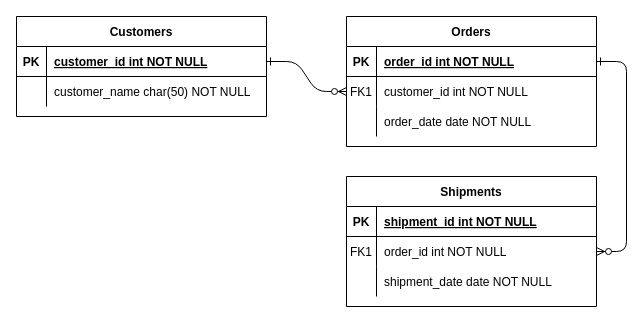
Above: 名称未設定ファイル.drawio in satoru817/git_challenge (draw.io), before the change. Source tidied: cells renumbered, new cells numbered last; positions are measured from the earlier drawing's top-left corner, leaving out a move shared by most shapes. Both pictures are drawn from the tidied source at 100%, with x=0, y=0 at pixel (16, 16).
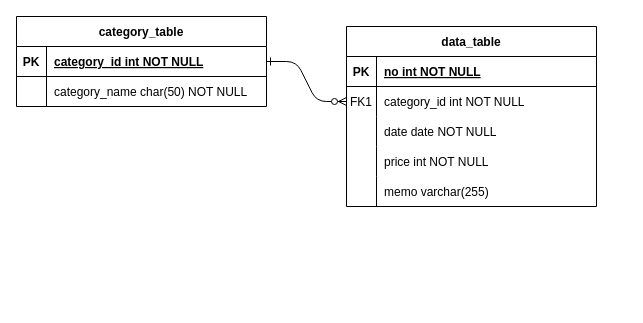
After the change.

Commit message:
名称未設定ファイル.drawio を更新します

Unchanged cells that the change refers to:
```xml
<mxCell id="5" style="shape=partialRectangle;fillColor=none;points=[[0,0.5],[1,0.5]];portConstraint=eastwest;top=0;left=0;right=0;bottom=1;" parent="4" vertex="1">
  <mxGeometry y="30" width="250" height="30" as="geometry" />
</mxCell>
<mxCell id="8" style="shape=partialRectangle;fillColor=none;points=[[0,0.5],[1,0.5]];portConstraint=eastwest;top=0;left=0;right=0;bottom=0;" parent="4" vertex="1">
  <mxGeometry y="60" width="250" height="30" as="geometry" />
</mxCell>
<mxCell id="11" style="shape=partialRectangle;fillColor=none;top=0;left=0;right=0;bottom=0;" parent="4" vertex="1">
  <mxGeometry y="90" width="250" height="30" as="geometry" />
</mxCell>
<mxCell id="25" style="shape=partialRectangle;fillColor=none;points=[[0,0.5],[1,0.5]];portConstraint=eastwest;top=0;left=0;right=0;bottom=1;" parent="24" vertex="1">
  <mxGeometry y="30" width="250" height="30" as="geometry" />
</mxCell>
<mxCell id="28" style="shape=partialRectangle;fillColor=none;top=0;left=0;right=0;bottom=0;" parent="24" vertex="1">
  <mxGeometry y="60" width="250" height="30" as="geometry" />
</mxCell>
```

What changed in the source:
```diff
@@
-    <mxCell id="3" style="edgeStyle=entityRelationEdgeStyle;endArrow=ERzeroToMany;startArrow=ERone;endFill=1;startFill=0;" parent="1" edge="1" source="5" target="18">
-      <mxGeometry relative="1" as="geometry" />
-    </mxCell>
-    <mxCell id="4" value="Orders" style="shape=table;startSize=30;childLayout=tableLayout;rowLines=0;fontStyle=1;align=center;" parent="1" vertex="1">
-      <mxGeometry x="330" width="250" height="130" as="geometry" />
+    <mxCell id="4" value="data_table" style="shape=table;startSize=30;childLayout=tableLayout;rowLines=0;fontStyle=1;align=center;" parent="1" vertex="1">
+      <mxGeometry x="330" y="10" width="250" height="180" as="geometry" />
     </mxCell>
@@
-    <mxCell id="7" value="order_id int NOT NULL " style="shape=partialRectangle;overflow=hidden;fillColor=none;top=0;left=0;bottom=0;right=0;align=left;spacingLeft=6;fontStyle=5;" parent="5" vertex="1">
+    <mxCell id="7" value="no int NOT NULL " style="shape=partialRectangle;overflow=hidden;fillColor=none;top=0;left=0;bottom=0;right=0;align=left;spacingLeft=6;fontStyle=5;" parent="5" vertex="1">
       <mxGeometry x="30" width="220" height="30" as="geometry" />
     </mxCell>
@@
-    <mxCell id="10" value="customer_id int NOT NULL" style="shape=partialRectangle;overflow=hidden;fillColor=none;top=0;left=0;bottom=0;right=0;align=left;spacingLeft=6;" parent="8" vertex="1">
+    <mxCell id="10" value="category_id int NOT NULL" style="shape=partialRectangle;overflow=hidden;fillColor=none;top=0;left=0;bottom=0;right=0;align=left;spacingLeft=6;" parent="8" vertex="1">
       <mxGeometry x="30" width="220" height="30" as="geometry" />
     </mxCell>
@@
-    <mxCell id="13" value="order_date date NOT NULL" style="shape=partialRectangle;overflow=hidden;fillColor=none;top=0;left=0;bottom=0;right=0;align=left;spacingLeft=6;" parent="11" vertex="1">
+    <mxCell id="13" value="date date NOT NULL" style="shape=partialRectangle;overflow=hidden;fillColor=none;top=0;left=0;bottom=0;right=0;align=left;spacingLeft=6;" parent="11" vertex="1">
       <mxGeometry x="30" width="220" height="30" as="geometry" />
     </mxCell>
-    <mxCell id="14" value="Shipments" style="shape=table;startSize=30;childLayout=tableLayout;rowLines=0;fontStyle=1;align=center;" parent="1" vertex="1">
-      <mxGeometry x="330" y="160" width="250" height="130" as="geometry" />
-    </mxCell>
-    <mxCell id="15" style="shape=partialRectangle;fillColor=none;top=0;left=0;right=0;bottom=1;" parent="14" vertex="1">
-      <mxGeometry y="30" width="250" height="30" as="geometry" />
-    </mxCell>
-    <mxCell id="16" value="PK" style="shape=partialRectangle;overflow=hidden;fillColor=none;top=0;left=0;bottom=0;right=0;fontStyle=1;" parent="15" vertex="1">
-      <mxGeometry width="30" height="30" as="geometry" />
-    </mxCell>
-    <mxCell id="17" value="shipment_id int NOT NULL " style="shape=partialRectangle;overflow=hidden;fillColor=none;top=0;left=0;bottom=0;right=0;align=left;spacingLeft=6;fontStyle=5;" parent="15" vertex="1">
-      <mxGeometry x="30" width="220" height="30" as="geometry" />
-    </mxCell>
-    <mxCell id="18" style="shape=partialRectangle;fillColor=none;points=[[0,0.5],[1,0.5]];portConstraint=eastwest;top=0;left=0;right=0;bottom=0;" parent="14" vertex="1">
-      <mxGeometry y="60" width="250" height="30" as="geometry" />
-    </mxCell>
-    <mxCell id="19" value="FK1" style="shape=partialRectangle;overflow=hidden;fillColor=none;top=0;left=0;bottom=0;right=0;" parent="18" vertex="1">
-      <mxGeometry width="30" height="30" as="geometry" />
-    </mxCell>
-    <mxCell id="20" value="order_id int NOT NULL" style="shape=partialRectangle;overflow=hidden;fillColor=none;top=0;left=0;bottom=0;right=0;align=left;spacingLeft=6;" parent="18" vertex="1">
-      <mxGeometry x="30" width="220" height="30" as="geometry" />
-    </mxCell>
-    <mxCell id="21" style="shape=partialRectangle;fillColor=none;top=0;left=0;right=0;bottom=0;" parent="14" vertex="1">
-      <mxGeometry y="90" width="250" height="30" as="geometry" />
-    </mxCell>
-    <mxCell id="22" style="shape=partialRectangle;overflow=hidden;fillColor=none;top=0;left=0;bottom=0;right=0;" parent="21" vertex="1">
-      <mxGeometry width="30" height="30" as="geometry" />
-    </mxCell>
-    <mxCell id="23" value="shipment_date date NOT NULL" style="shape=partialRectangle;overflow=hidden;fillColor=none;top=0;left=0;bottom=0;right=0;align=left;spacingLeft=6;" parent="21" vertex="1">
-      <mxGeometry x="30" width="220" height="30" as="geometry" />
-    </mxCell>
+    <mxCell id="31" style="shape=partialRectangle;fillColor=none;top=0;left=0;right=0;bottom=0;" parent="4" vertex="1">
+      <mxGeometry y="120" width="250" height="30" as="geometry" />
+    </mxCell>
+    <mxCell id="32" style="shape=partialRectangle;overflow=hidden;fillColor=none;top=0;left=0;bottom=0;right=0;" parent="31" vertex="1">
+      <mxGeometry width="30" height="30" as="geometry" />
+    </mxCell>
+    <mxCell id="33" value="price int NOT NULL" style="shape=partialRectangle;overflow=hidden;fillColor=none;top=0;left=0;bottom=0;right=0;align=left;spacingLeft=6;" parent="31" vertex="1">
+      <mxGeometry x="30" width="220" height="30" as="geometry" />
+    </mxCell>
+    <mxCell id="34" style="shape=partialRectangle;fillColor=none;top=0;left=0;right=0;bottom=0;" parent="4" vertex="1">
+      <mxGeometry y="150" width="250" height="30" as="geometry" />
+    </mxCell>
+    <mxCell id="35" style="shape=partialRectangle;overflow=hidden;fillColor=none;top=0;left=0;bottom=0;right=0;" parent="34" vertex="1">
+      <mxGeometry width="30" height="30" as="geometry" />
+    </mxCell>
+    <mxCell id="36" value="memo varchar(255)" style="shape=partialRectangle;overflow=hidden;fillColor=none;top=0;left=0;bottom=0;right=0;align=left;spacingLeft=6;" parent="34" vertex="1">
+      <mxGeometry x="30" width="220" height="30" as="geometry" />
+    </mxCell>
-    <mxCell id="24" value="Customers" style="shape=table;startSize=30;childLayout=tableLayout;rowLines=0;fontStyle=1;align=center;" parent="1" vertex="1">
-      <mxGeometry width="250" height="100" as="geometry" />
+    <mxCell id="24" value="category_table" style="shape=table;startSize=30;childLayout=tableLayout;rowLines=0;fontStyle=1;align=center;" parent="1" vertex="1">
+      <mxGeometry width="250" height="90" as="geometry" />
     </mxCell>
@@
-    <mxCell id="27" value="customer_id int NOT NULL " style="shape=partialRectangle;overflow=hidden;fillColor=none;top=0;left=0;bottom=0;right=0;align=left;spacingLeft=6;fontStyle=5;" parent="25" vertex="1">
+    <mxCell id="27" value="category_id int NOT NULL " style="shape=partialRectangle;overflow=hidden;fillColor=none;top=0;left=0;bottom=0;right=0;align=left;spacingLeft=6;fontStyle=5;" parent="25" vertex="1">
       <mxGeometry x="30" width="220" height="30" as="geometry" />
     </mxCell>
@@
-    <mxCell id="30" value="customer_name char(50) NOT NULL" style="shape=partialRectangle;overflow=hidden;fillColor=none;top=0;left=0;bottom=0;right=0;align=left;spacingLeft=6;" parent="28" vertex="1">
+    <mxCell id="30" value="category_name char(50) NOT NULL" style="shape=partialRectangle;overflow=hidden;fillColor=none;top=0;left=0;bottom=0;right=0;align=left;spacingLeft=6;" parent="28" vertex="1">
       <mxGeometry x="30" width="220" height="30" as="geometry" />
     </mxCell>
```
